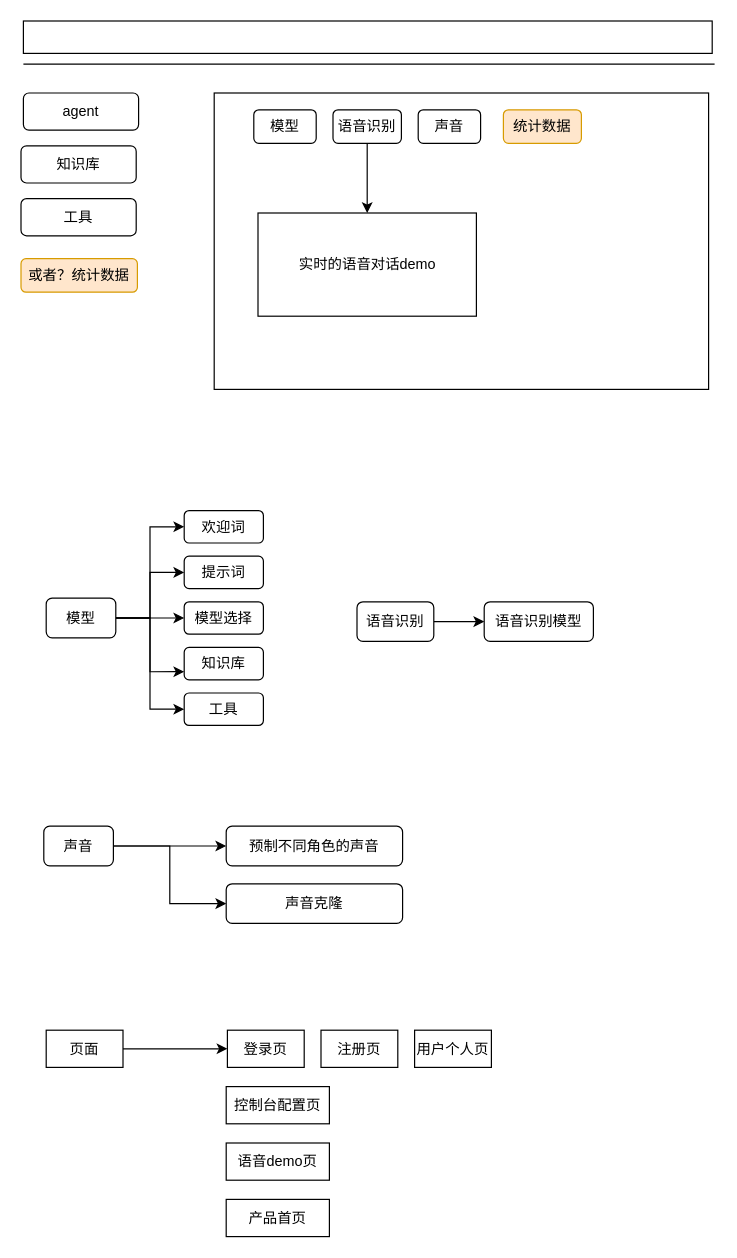
Earlier version of the draw.io diagram 产品PRD.drawio (joeylin/draw.io). Source tidied: cells renumbered, new cells numbered last; positions are measured from the earlier drawing's top-left corner, leaving out a move shared by most shapes. Both pictures are drawn from the tidied source at 120%, with x=0, y=0 at pixel (20, 20).
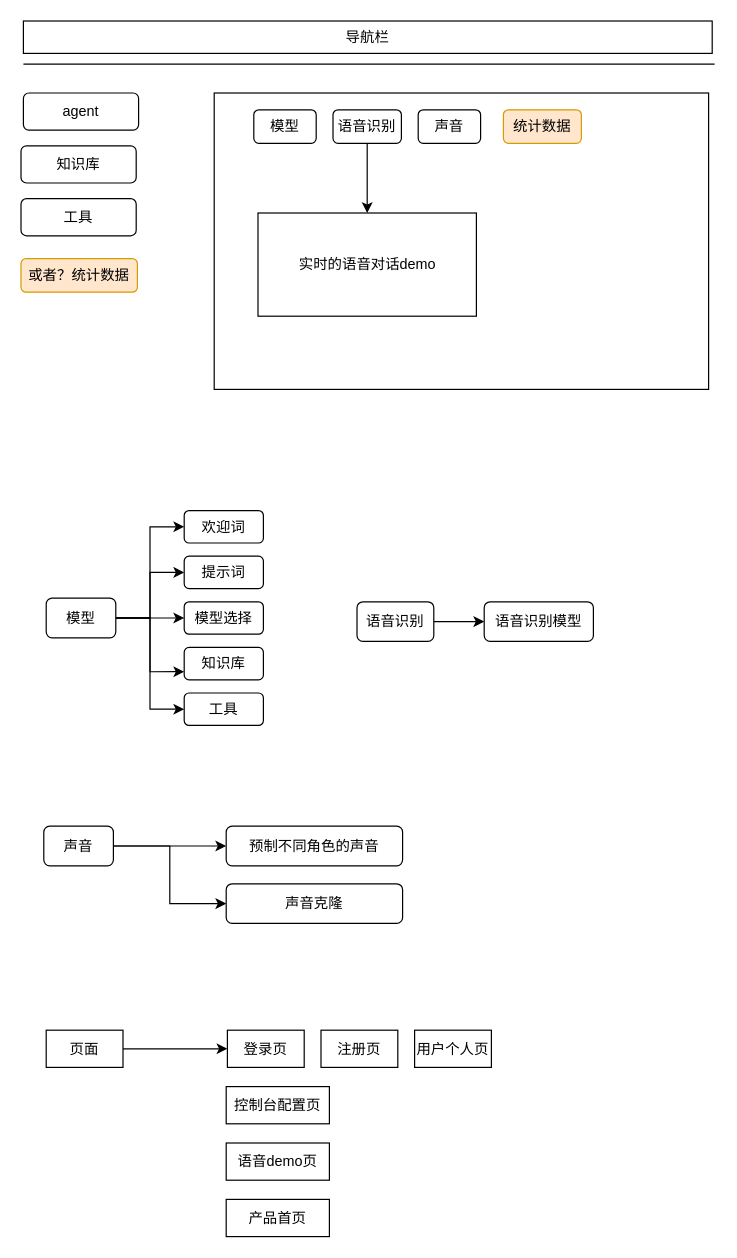
The same page after the edit.

Change to the diagram source:
```diff
@@
-    <mxCell id="31" style="rounded=0;whiteSpace=wrap;html=1;" parent="1" vertex="1">
+    <mxCell id="31" value="导航栏" style="rounded=0;whiteSpace=wrap;html=1;" parent="1" vertex="1">
       <mxGeometry x="2" width="574" height="27" as="geometry" />
     </mxCell>
```
